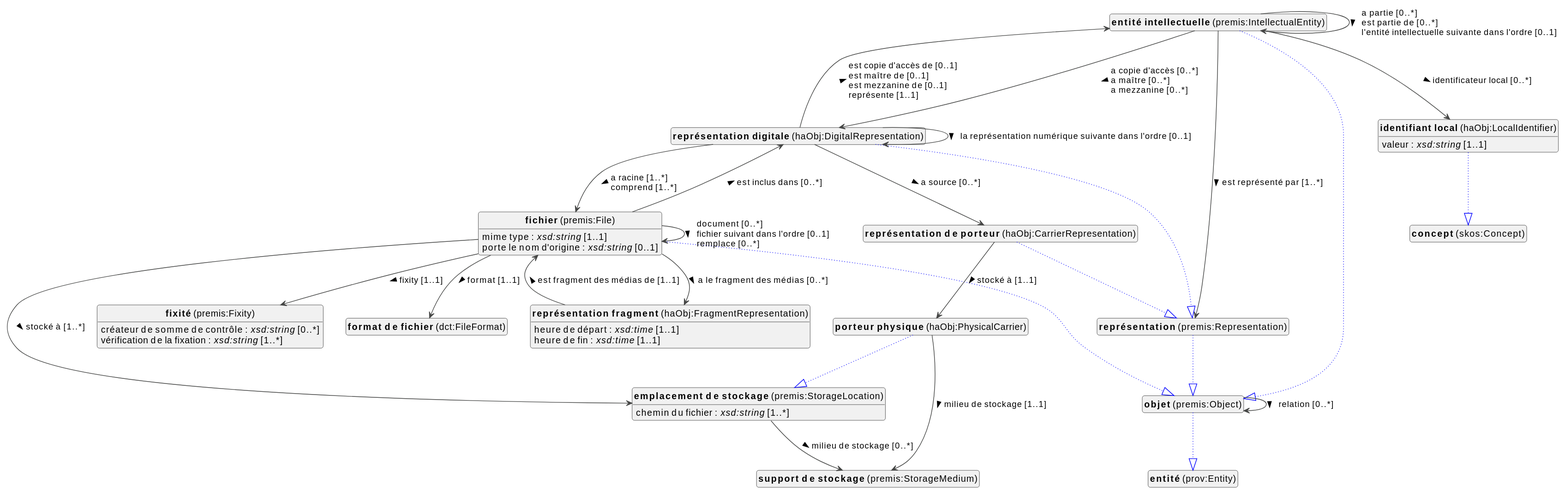
Above: docs/metadata/knowledge-graph/0.0.1/objects/fr/objects-diagram.svg in viaacode/documentation-jekyll (PlantUML), before the change.
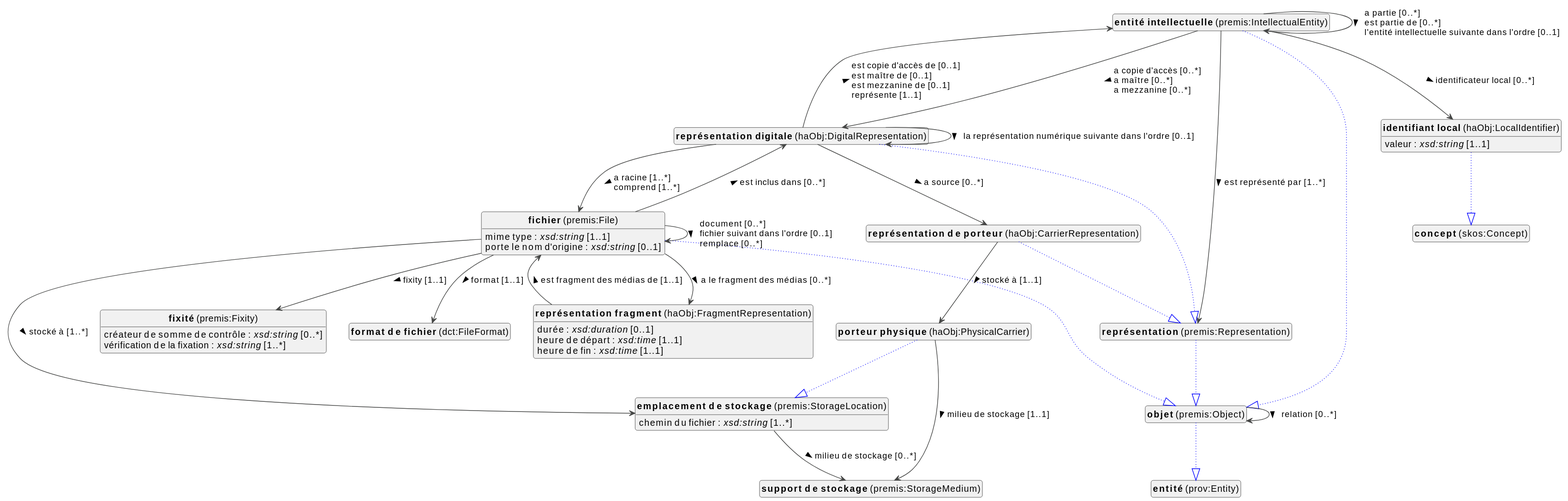
After the change.

Diff of the diagram source:
```diff
@@ -93,9 +93,11 @@
 haObj_DigitalRepresentation --> premis_IntellectualEntity :est copie d'accès de [0..1]  \lest maître de [0..1]  \lest mezzanine de [0..1]  \lreprésente [1..1]  >
 
 
+haObj_FragmentRepresentation : durée : <i>xsd:duration</i> [0..1]
 haObj_FragmentRepresentation : heure de départ : <i>xsd:time</i> [1..1]
 haObj_FragmentRepresentation : heure de fin : <i>xsd:time</i> [1..1]
 haObj_FragmentRepresentation --> premis_File :est fragment des médias de [1..1]  >
+
 
 
 
```
